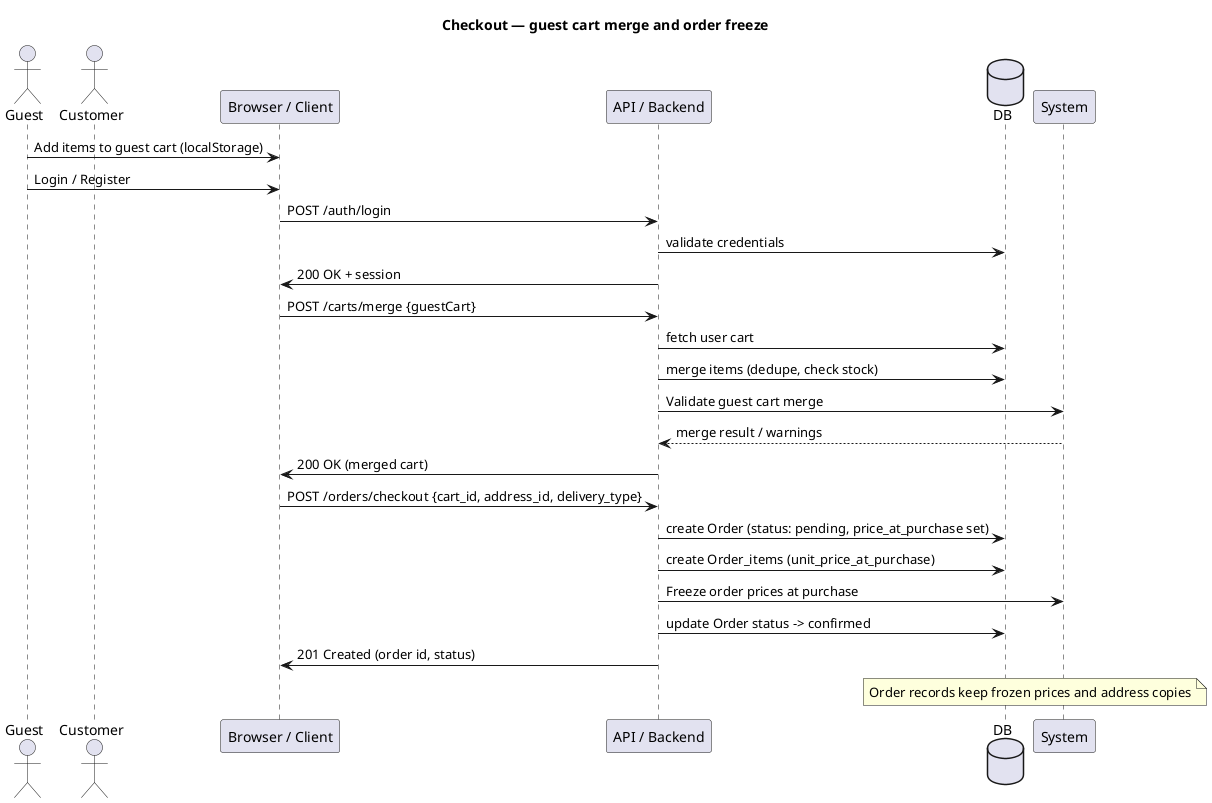
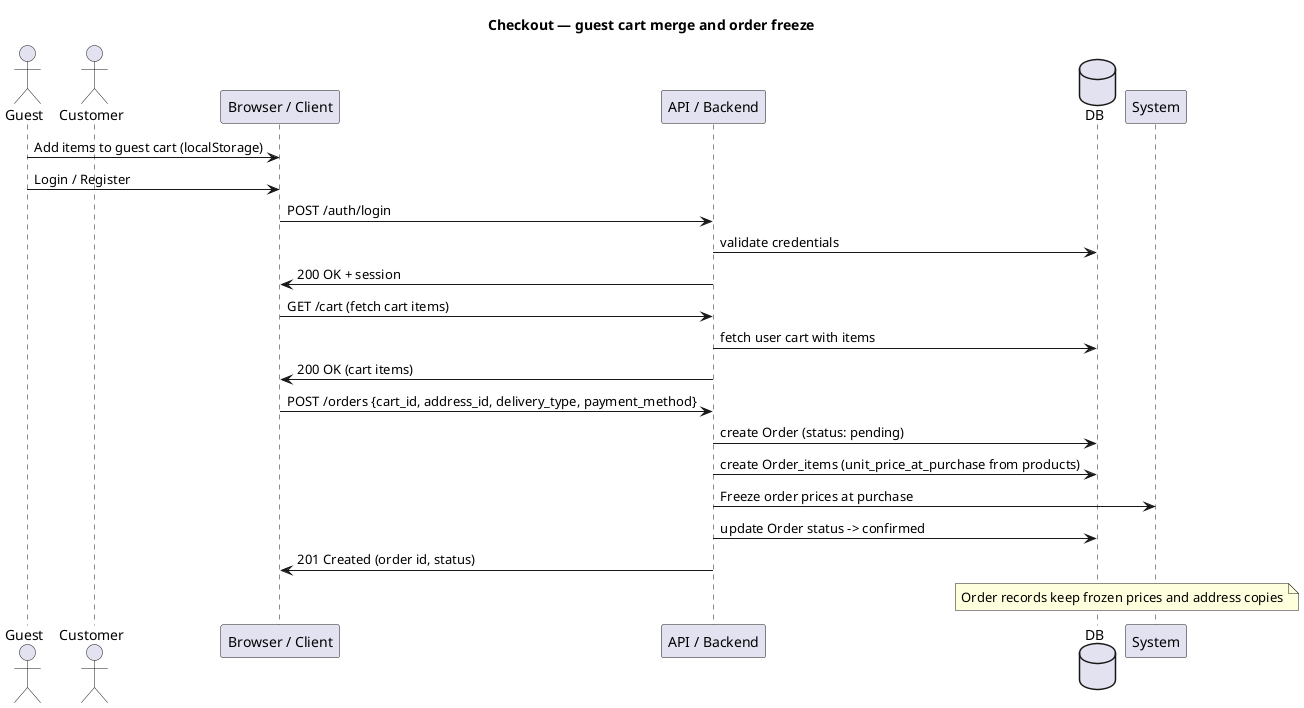
@startuml seq_checkout.puml
title Checkout — guest cart merge and order freeze

actor Guest
actor Customer
participant "Browser / Client" as Client
participant "API / Backend" as API
database "DB" as DB
participant System

Guest -> Client: Add items to guest cart (localStorage)
Guest -> Client: Login / Register
Client -> API: POST /auth/login
API -> DB: validate credentials
API -> Client: 200 OK + session
- Client -> API: POST /carts/merge {guestCart}
- API -> DB: fetch user cart
- API -> DB: merge items (dedupe, check stock)
- API -> System: Validate guest cart merge
- System --> API: merge result / warnings
- API -> Client: 200 OK (merged cart)
+ Client -> API: GET /cart (fetch cart items)
+ API -> DB: fetch user cart with items
+ API -> Client: 200 OK (cart items)

- Client -> API: POST /orders/checkout {cart_id, address_id, delivery_type}
- API -> DB: create Order (status: pending, price_at_purchase set)
- API -> DB: create Order_items (unit_price_at_purchase)
+ Client -> API: POST /orders {cart_id, address_id, delivery_type, payment_method}
+ API -> DB: create Order (status: pending)
+ API -> DB: create Order_items (unit_price_at_purchase from products)
API -> System: Freeze order prices at purchase
API -> DB: update Order status -> confirmed
API -> Client: 201 Created (order id, status)

note over DB, System: Order records keep frozen prices and address copies

@enduml
